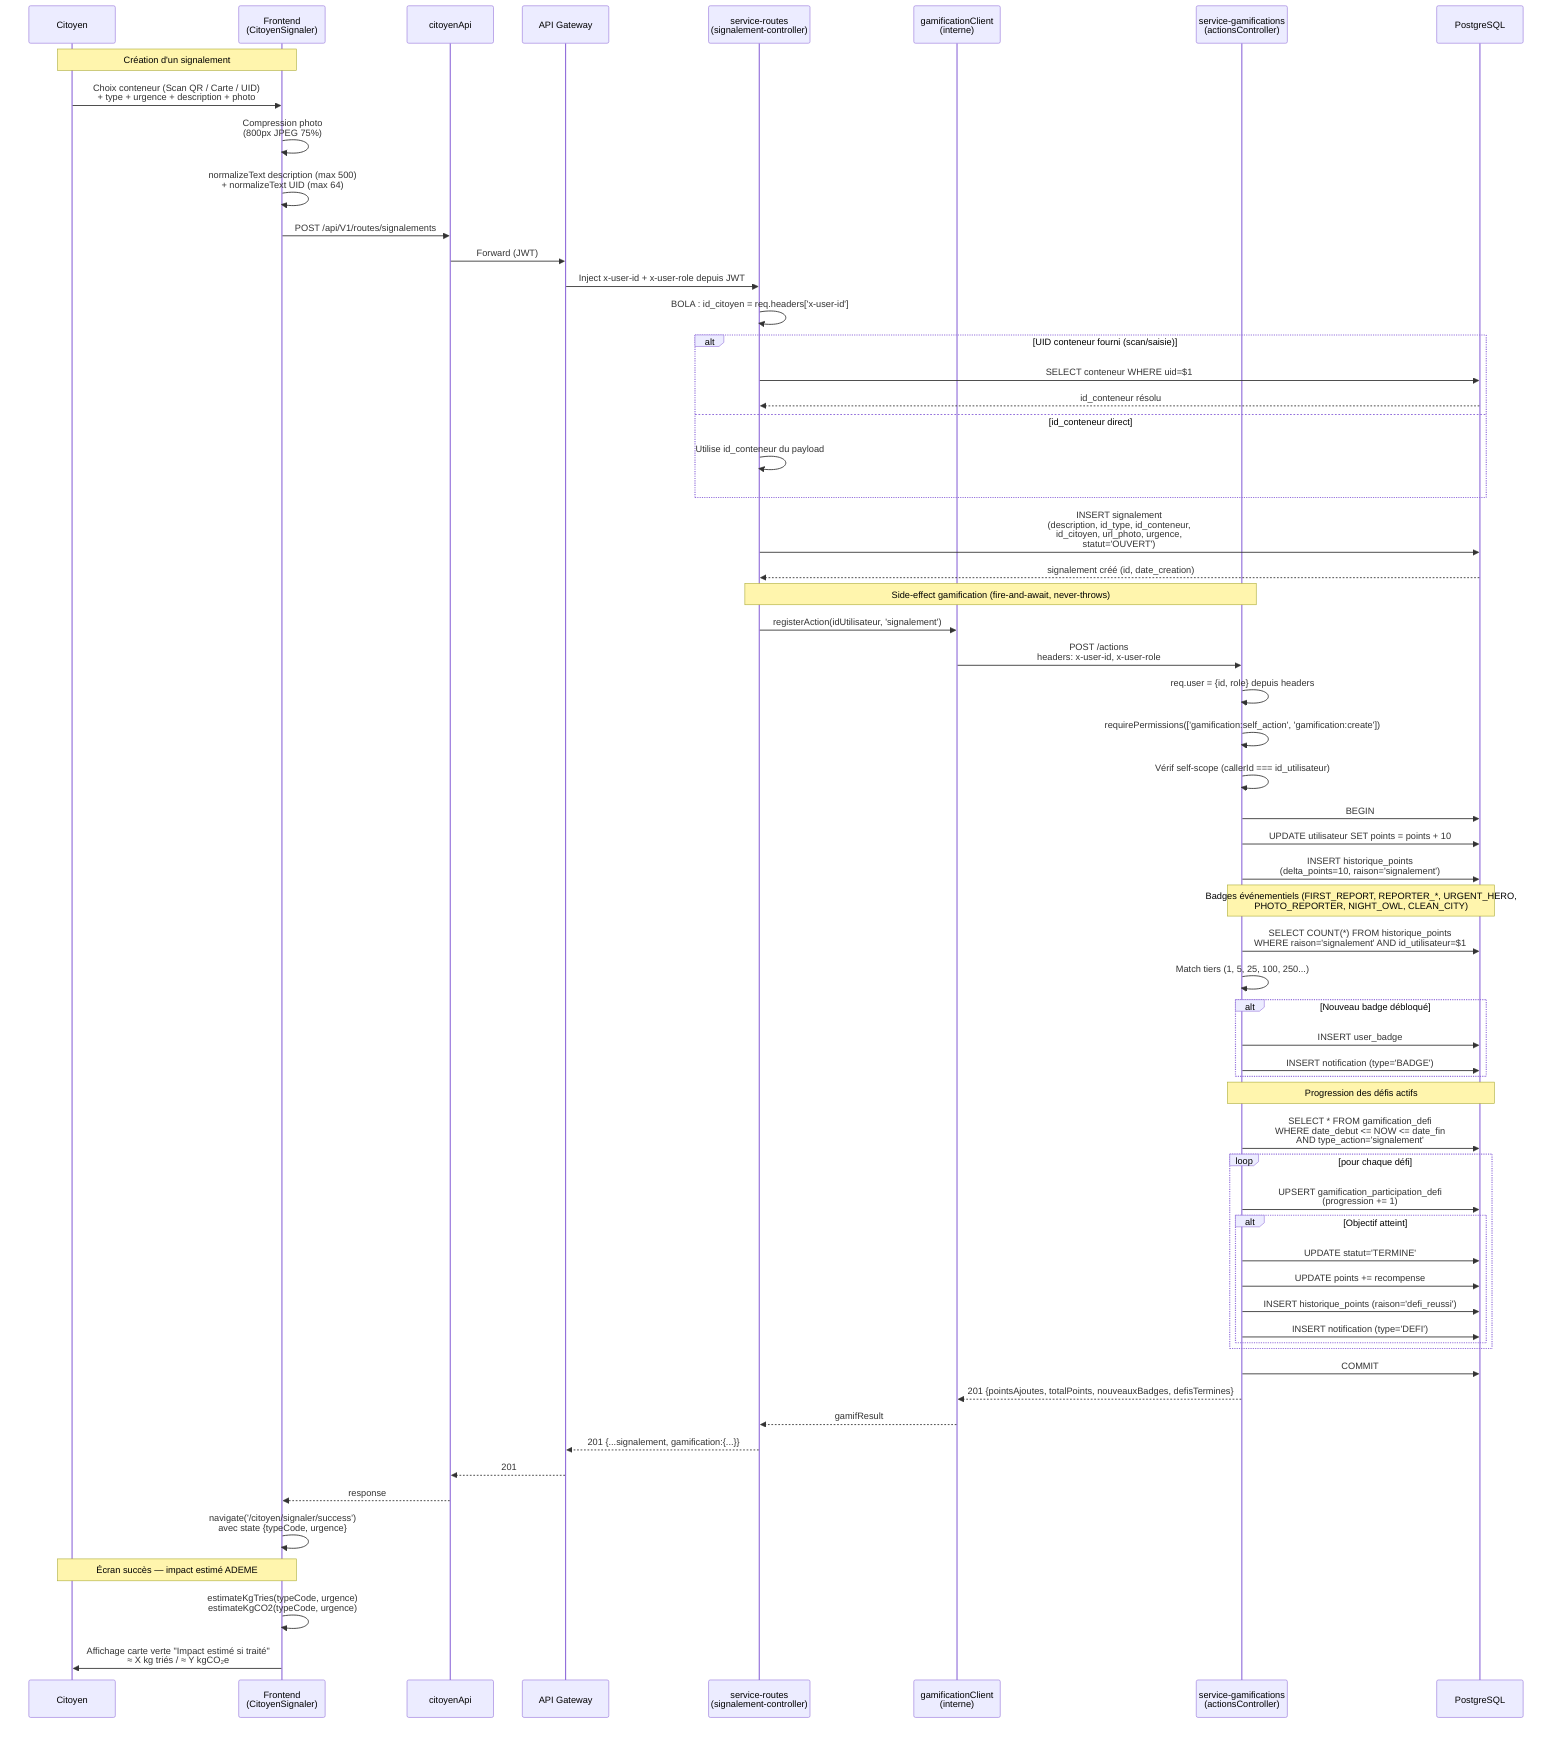
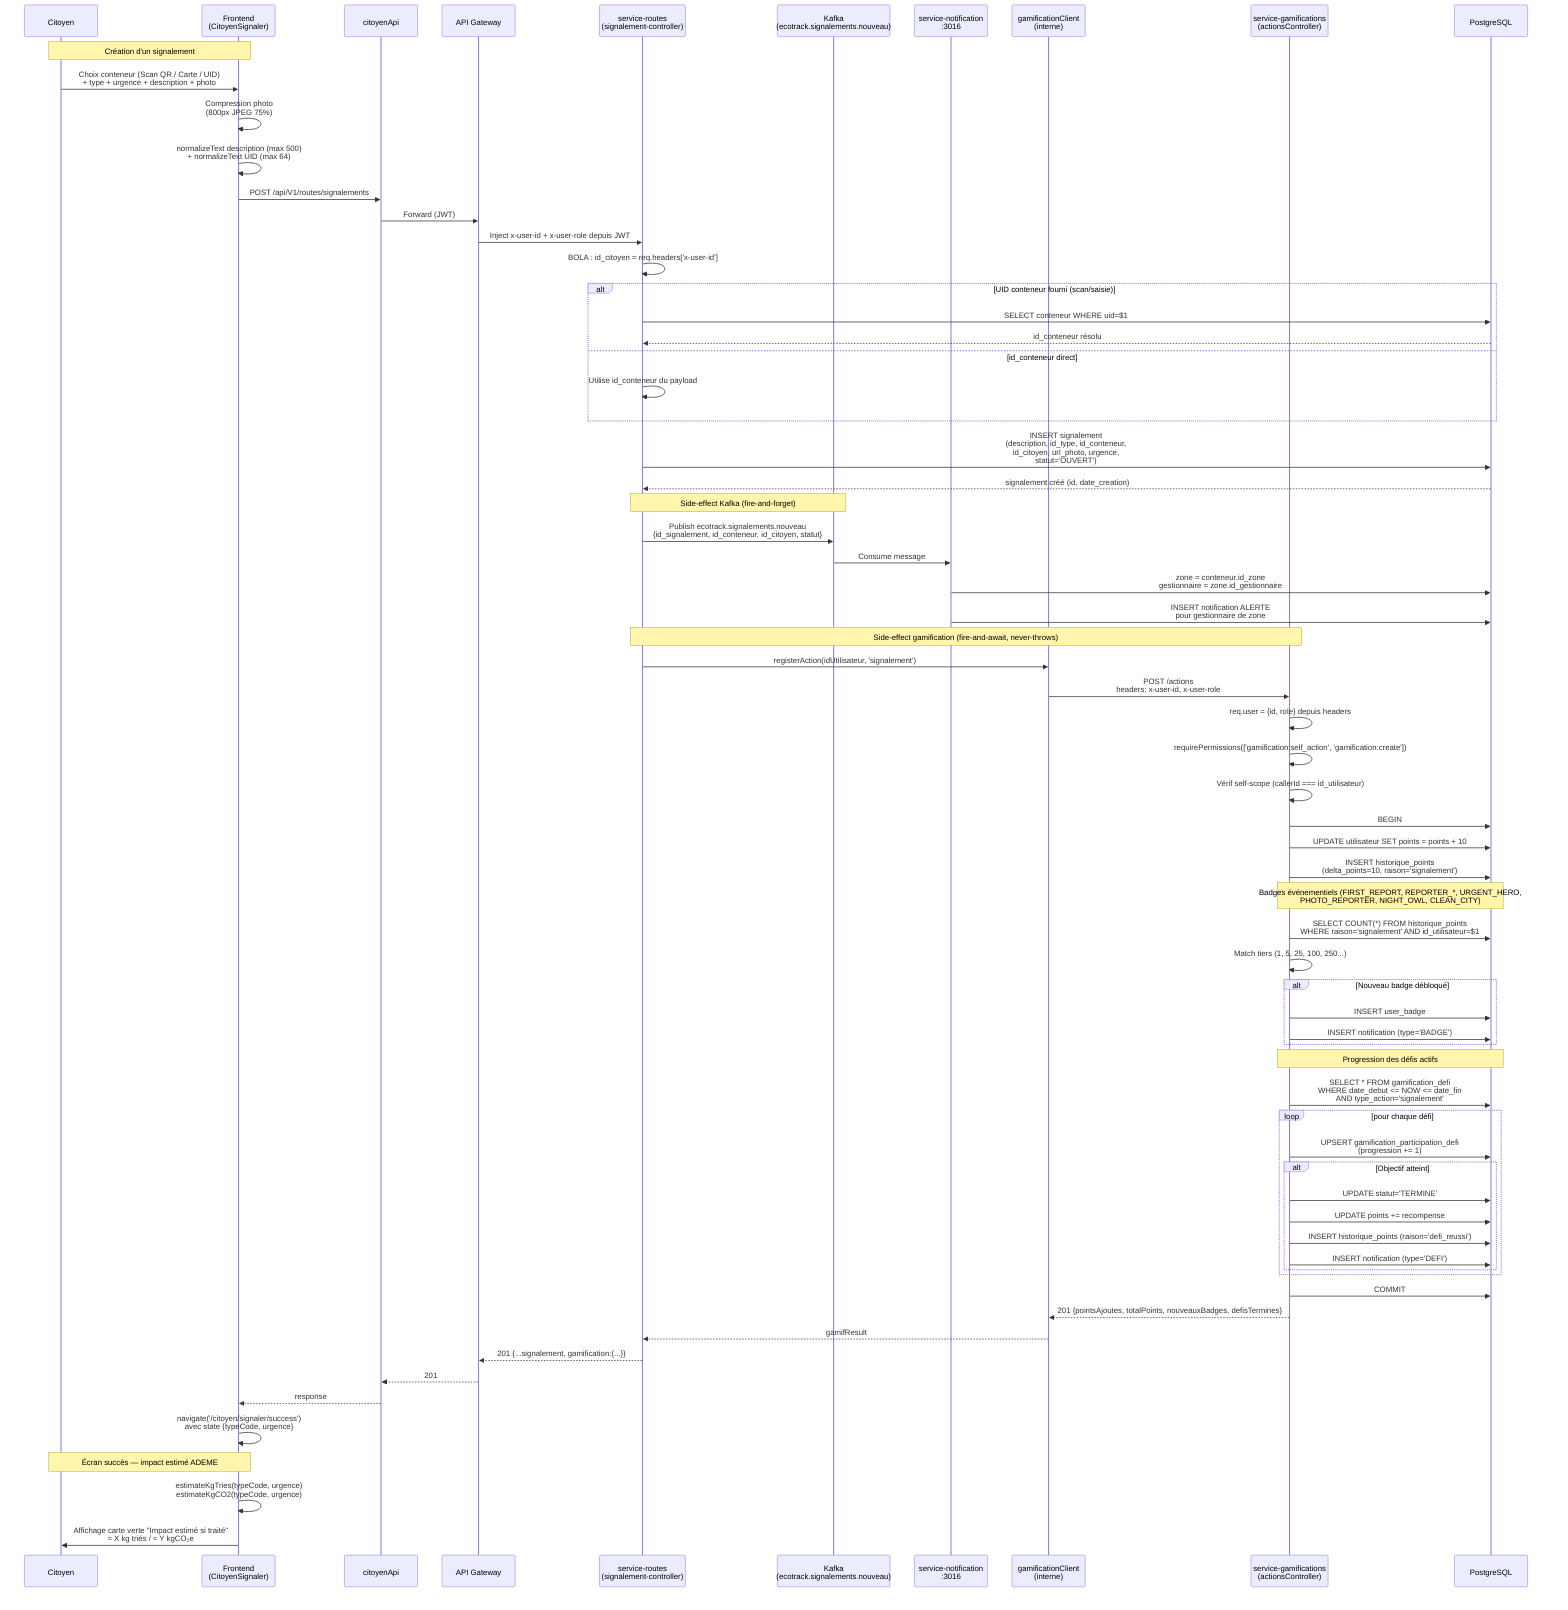
sequenceDiagram
    participant C as Citoyen
    participant F as Frontend<br/>(CitoyenSignaler)
    participant Api as citoyenApi
    participant G as API Gateway
    participant R as service-routes<br/>(signalement-controller)
+     participant K as Kafka<br/>(ecotrack.signalements.nouveau)
+     participant SN as service-notification<br/>:3016
    participant Gc as gamificationClient<br/>(interne)
    participant Gm as service-gamifications<br/>(actionsController)
    participant PG as PostgreSQL

    Note over C,F: Création d'un signalement

    C->>F: Choix conteneur (Scan QR / Carte / UID)<br/>+ type + urgence + description + photo
    F->>F: Compression photo<br/>(800px JPEG 75%)
    F->>F: normalizeText description (max 500)<br/>+ normalizeText UID (max 64)
    F->>Api: POST /api/V1/routes/signalements
    Api->>G: Forward (JWT)
    G->>R: Inject x-user-id + x-user-role depuis JWT
    R->>R: BOLA : id_citoyen = req.headers['x-user-id']

    alt UID conteneur fourni (scan/saisie)
        R->>PG: SELECT conteneur WHERE uid=$1
        PG-->>R: id_conteneur résolu
    else id_conteneur direct
        R->>R: Utilise id_conteneur du payload
    end

    R->>PG: INSERT signalement<br/>(description, id_type, id_conteneur,<br/>id_citoyen, url_photo, urgence,<br/>statut='OUVERT')
    PG-->>R: signalement créé (id, date_creation)
+ 
+     Note over R,K: Side-effect Kafka (fire-and-forget)
+     R->>K: Publish ecotrack.signalements.nouveau<br/>{id_signalement, id_conteneur, id_citoyen, statut}
+     K->>SN: Consume message
+     SN->>PG: zone = conteneur.id_zone<br/>gestionnaire = zone.id_gestionnaire
+     SN->>PG: INSERT notification ALERTE<br/>pour gestionnaire de zone

    Note over R,Gm: Side-effect gamification (fire-and-await, never-throws)

    R->>Gc: registerAction(idUtilisateur, 'signalement')
    Gc->>Gm: POST /actions<br/>headers: x-user-id, x-user-role
    Gm->>Gm: req.user = {id, role} depuis headers
    Gm->>Gm: requirePermissions(['gamification:self_action', 'gamification:create'])
    Gm->>Gm: Vérif self-scope (callerId === id_utilisateur)

    Gm->>PG: BEGIN
    Gm->>PG: UPDATE utilisateur SET points = points + 10
    Gm->>PG: INSERT historique_points<br/>(delta_points=10, raison='signalement')

    Note over Gm,PG: Badges événementiels (FIRST_REPORT, REPORTER_*, URGENT_HERO,<br/>PHOTO_REPORTER, NIGHT_OWL, CLEAN_CITY)

    Gm->>PG: SELECT COUNT(*) FROM historique_points<br/>WHERE raison='signalement' AND id_utilisateur=$1
    Gm->>Gm: Match tiers (1, 5, 25, 100, 250...)
    alt Nouveau badge débloqué
        Gm->>PG: INSERT user_badge
        Gm->>PG: INSERT notification (type='BADGE')
    end

    Note over Gm,PG: Progression des défis actifs

    Gm->>PG: SELECT * FROM gamification_defi<br/>WHERE date_debut <= NOW <= date_fin<br/>AND type_action='signalement'
    loop pour chaque défi
        Gm->>PG: UPSERT gamification_participation_defi<br/>(progression += 1)
        alt Objectif atteint
            Gm->>PG: UPDATE statut='TERMINE'
            Gm->>PG: UPDATE points += recompense
            Gm->>PG: INSERT historique_points (raison='defi_reussi')
            Gm->>PG: INSERT notification (type='DEFI')
        end
    end

    Gm->>PG: COMMIT
    Gm-->>Gc: 201 {pointsAjoutes, totalPoints, nouveauxBadges, defisTermines}
    Gc-->>R: gamifResult

    R-->>G: 201 {...signalement, gamification:{...}}
    G-->>Api: 201
    Api-->>F: response
    F->>F: navigate('/citoyen/signaler/success')<br/>avec state {typeCode, urgence}

    Note over C,F: Écran succès — impact estimé ADEME

    F->>F: estimateKgTries(typeCode, urgence)<br/>estimateKgCO2(typeCode, urgence)
    F->>C: Affichage carte verte "Impact estimé si traité"<br/>≈ X kg triés / ≈ Y kgCO₂e

    %% Architecture du side-effect gamification
    %% 1. service-routes.signalement-controller.create() :
    %%    - persiste le signalement (SOURCE OF TRUTH)
    %%    - appelle gamificationClient.registerAction() en fire-and-await
    %%    - never-throws : un échec gamification ne bloque pas la création
    %%
    %% 2. gamificationClient (fetch interne Docker network) :
    %%    - forward x-user-id + x-user-role vers service-gamifications
    %%    - timeout 2.5s
    %%    - swallow errors + console.warn
    %%
    %% 3. service-gamifications.actionsController.enregistrerAction() :
    %%    - garde self-scope (un CITOYEN ne peut agir que sur lui-même)
    %%    - orchestre points + badges événementiels + progression défis
    %%      dans une seule transaction PostgreSQL
